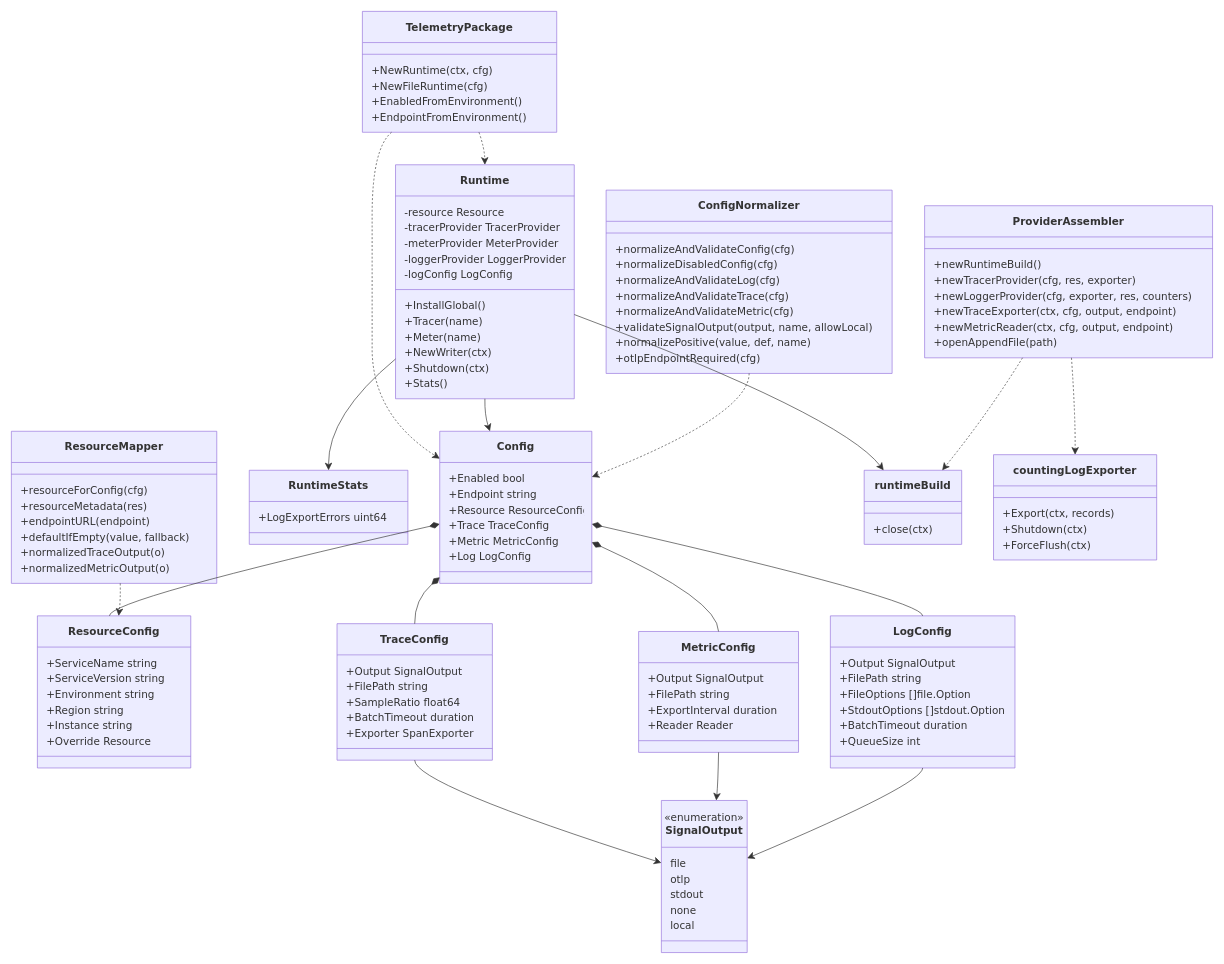
Before: docs/telemetry-uml.drawio in formal-you/go-observability, a draw.io diagram. Source tidied: cells renumbered, new cells numbered last; positions are measured from the earlier drawing's top-left corner, leaving out a move shared by most shapes. Both pictures are drawn from the tidied source at 65%, with x=0, y=0 at pixel (11, 11).
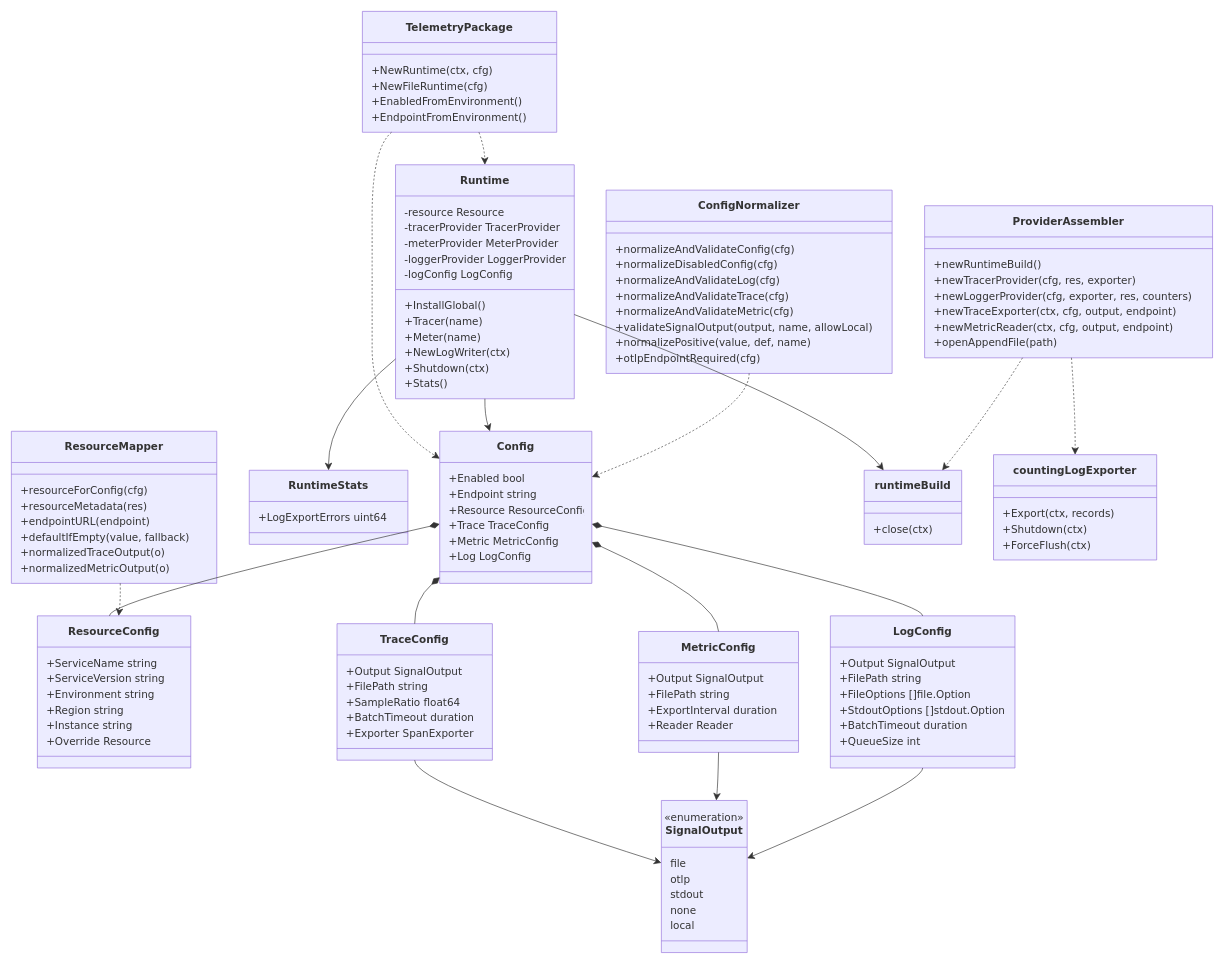
The same page after the edit.

Unchanged cells that the change refers to:
```xml
<mxCell id="46" value="&lt;b&gt;Runtime&lt;/b&gt;" style="swimlane;html=1;fontStyle=0;fontSize=16;align=center;verticalAlign=middle;horizontal=1;startSize=48;swimlaneFillColor=light-dark(#ECECFF,#1f2020);whiteSpace=wrap;fillColor=light-dark(#ECECFF,#1f2020);strokeColor=light-dark(#9370DB,#cccccc);fontColor=light-dark(#333333,#cccccc);fontFamily=Trebuchet MS,Verdana,Arial,sans-serif;" parent="1" vertex="1">
  <mxGeometry x="591" y="236" width="275" height="360" as="geometry" />
</mxCell>
```

Change to the diagram source:
```diff
@@
-    <mxCell id="56" value="+NewWriter(ctx)" style="text;fontSize=16;strokeColor=none;fillColor=none;align=left;verticalAlign=middle;spacingLeft=12;spacingRight=12;overflow=hidden;fontFamily=Trebuchet MS,Verdana,Arial,sans-serif;fontColor=light-dark(#333333,#cccccc);" parent="46" vertex="1">
+    <mxCell id="56" value="+NewLogWriter(ctx)" style="text;fontSize=16;strokeColor=none;fillColor=none;align=left;verticalAlign=middle;spacingLeft=12;spacingRight=12;overflow=hidden;fontFamily=Trebuchet MS,Verdana,Arial,sans-serif;fontColor=light-dark(#333333,#cccccc);" parent="46" vertex="1">
       <mxGeometry y="276" width="275" height="24" as="geometry" />
     </mxCell>
```
